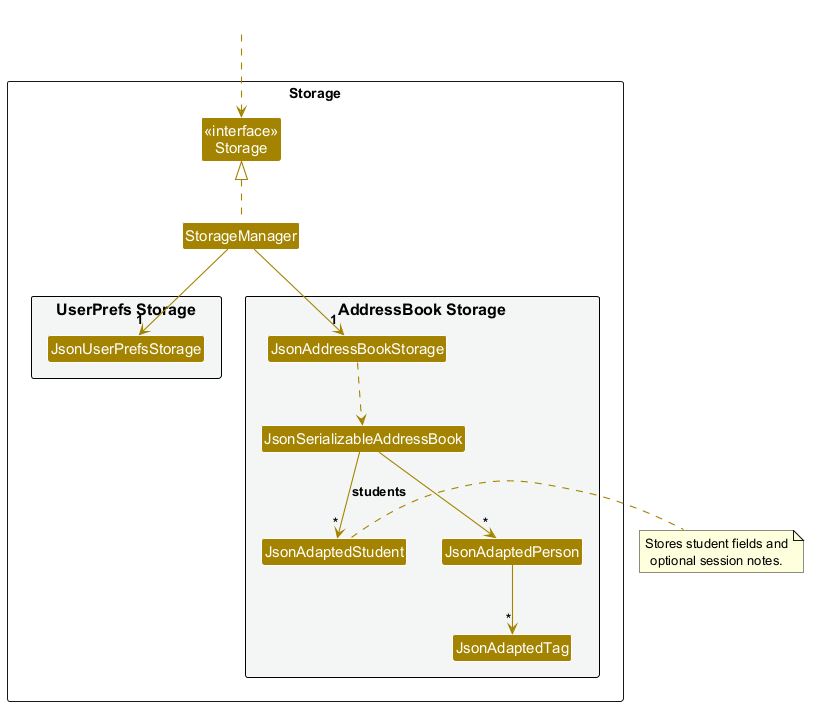
AY2627S1-CS2103T-F09-1/tp keeps this PlantUML diagram as docs/images/StorageClassDiagram.png. Above is the earlier version. Its diagram source:
```plantuml
@startuml
!include style.puml
skinparam arrowThickness 1.1
skinparam arrowColor STORAGE_COLOR
skinparam classBackgroundColor STORAGE_COLOR

package Storage as StoragePackage {

Class "<<interface>>\nStorage" as Storage
Class StorageManager

package "UserPrefs Storage" #F4F6F6{
Class JsonUserPrefsStorage
}

package "AddressBook Storage" #F4F6F6{
Class JsonAddressBookStorage
Class JsonSerializableAddressBook
Class JsonAdaptedPerson
Class JsonAdaptedTag
Class JsonAdaptedStudent
}

}

Class HiddenOutside #FFFFFF
HiddenOutside ..> Storage

StorageManager .up.|> Storage
StorageManager -down-> "1" JsonUserPrefsStorage
StorageManager -down-> "1" JsonAddressBookStorage

JsonAddressBookStorage ..> JsonSerializableAddressBook
JsonSerializableAddressBook --> "*" JsonAdaptedPerson
JsonSerializableAddressBook --> "*" JsonAdaptedStudent : students
JsonAdaptedPerson --> "*" JsonAdaptedTag

note right of JsonAdaptedStudent: Stores student fields and\noptional session notes.

@enduml
```
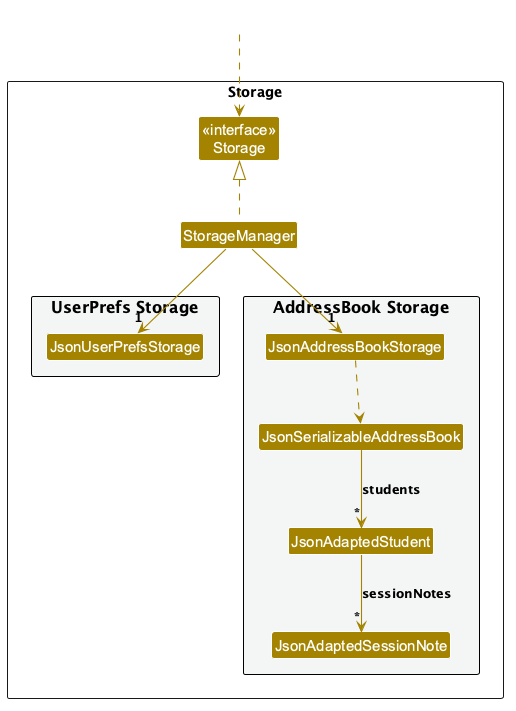
After the commit.

Commit message:
Update the Storage section for session notes

The Storage class diagram left out JsonAdaptedSessionNote, using a note
in its place, and still showed the AB3 person and tag adapters, which
no command uses. Its note also crossed an arrow. The text omitted the
optional lastEditedAt field of a stored session note.

Show the session-note adapter, leave out the person and tag adapters
with one sentence explaining why, and document lastEditedAt. Also
shorten the log-file explanation and drop a remark meant for the team.

Diff of the diagram source:
```diff
@@ -16,9 +16,8 @@
 package "AddressBook Storage" #F4F6F6{
 Class JsonAddressBookStorage
 Class JsonSerializableAddressBook
-Class JsonAdaptedPerson
-Class JsonAdaptedTag
 Class JsonAdaptedStudent
+Class JsonAdaptedSessionNote
 }
 
 }
@@ -31,10 +30,6 @@
 StorageManager -down-> "1" JsonAddressBookStorage
 
 JsonAddressBookStorage ..> JsonSerializableAddressBook
-JsonSerializableAddressBook --> "*" JsonAdaptedPerson
 JsonSerializableAddressBook --> "*" JsonAdaptedStudent : students
-JsonAdaptedPerson --> "*" JsonAdaptedTag
-
-note right of JsonAdaptedStudent: Stores student fields and\noptional session notes.
-
+JsonAdaptedStudent --> "*" JsonAdaptedSessionNote : sessionNotes
 @enduml
```
